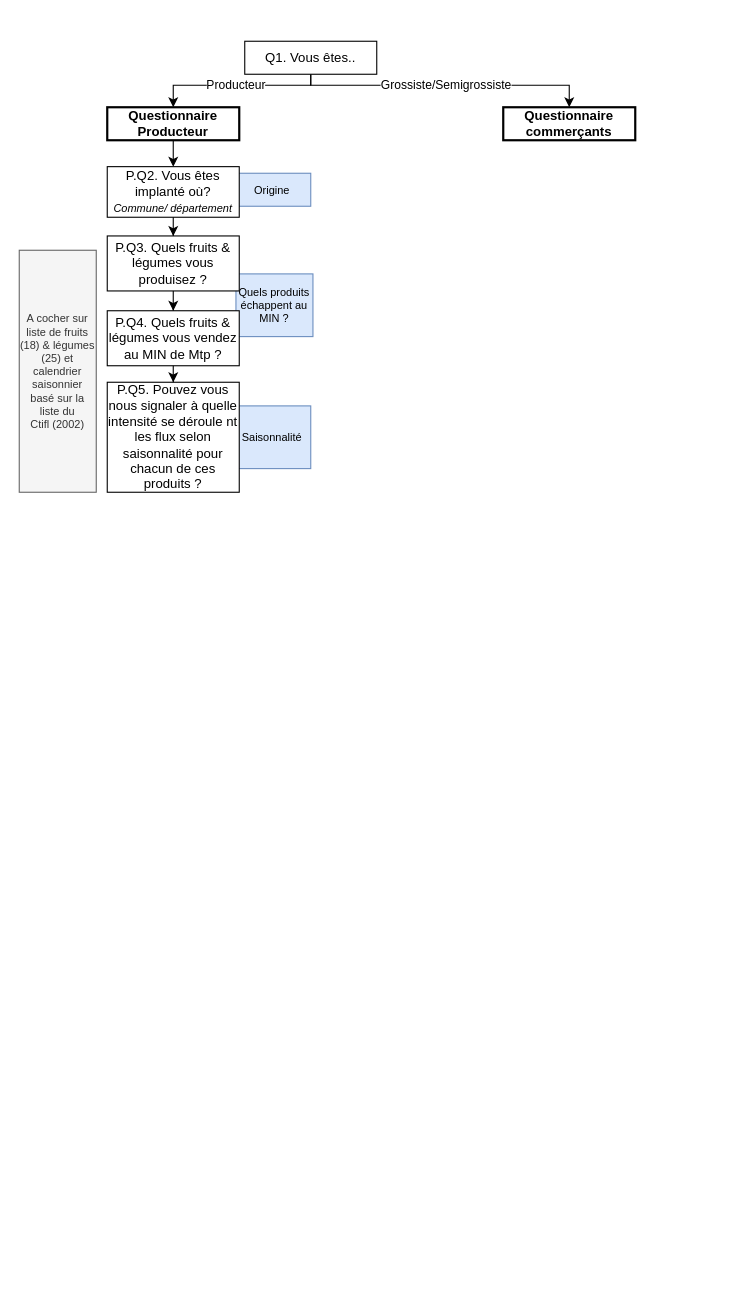
Above: Untitled Diagram.drawio in JoaquinAmeller/Test (draw.io), before the change. Source tidied: cells renumbered, new cells numbered last; positions are measured from the earlier drawing's top-left corner, leaving out a move shared by most shapes. Both pictures are drawn from the tidied source at 110%, with x=0, y=0 at pixel (19, 41).
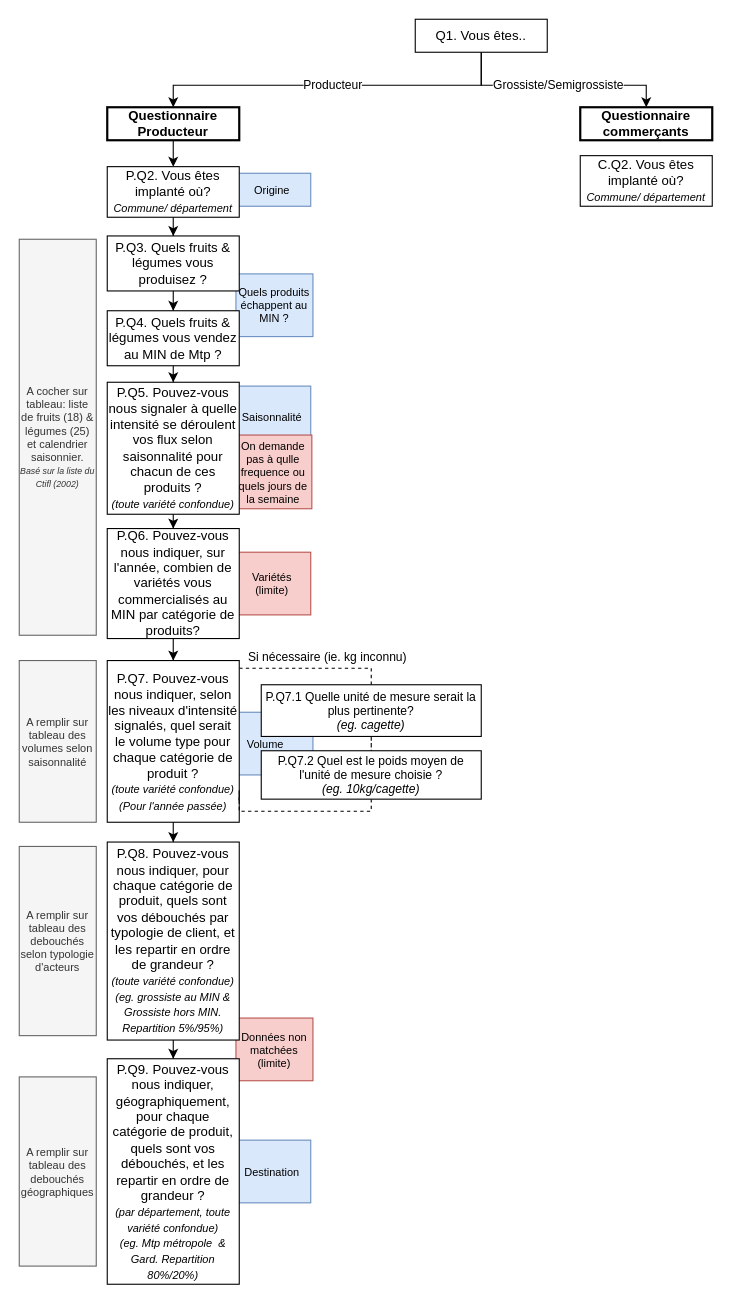
Above is the later version.

The change refers to these unchanged cells:
```xml
<mxCell id="9" value="Questionnaire Producteur" style="rounded=0;whiteSpace=wrap;html=1;strokeWidth=2;fontStyle=1;" parent="1" vertex="1">
  <mxGeometry x="80" y="60" width="120" height="30" as="geometry" />
</mxCell>
```

Change to the diagram source:
```diff
@@
     <mxCell id="2" value="Saisonnalité" style="rounded=0;whiteSpace=wrap;html=1;rotation=0;fillColor=#dae8fc;strokeColor=#6c8ebf;fontSize=10;" parent="1" vertex="1">
-      <mxGeometry x="195" y="331.5" width="70" height="57" as="geometry" />
+      <mxGeometry x="195" y="313.5" width="70" height="57" as="geometry" />
     </mxCell>
+    <mxCell id="19" value="On demande pas à qulle frequence ou quels jours de la semaine" style="rounded=0;whiteSpace=wrap;html=1;rotation=0;fillColor=#f8cecc;strokeColor=#b85450;fontSize=10;" parent="1" vertex="1">
+      <mxGeometry x="196" y="358" width="70" height="67" as="geometry" />
+    </mxCell>
+    <mxCell id="20" value="&amp;nbsp; &amp;nbsp;Volume" style="rounded=0;whiteSpace=wrap;html=1;rotation=0;fillColor=#dae8fc;strokeColor=#6c8ebf;fontSize=10;align=left;" parent="1" vertex="1">
+      <mxGeometry x="197" y="610" width="70" height="57" as="geometry" />
+    </mxCell>
+    <mxCell id="21" value="Données non matchées&lt;br&gt;(limite)" style="rounded=0;whiteSpace=wrap;html=1;rotation=0;fillColor=#f8cecc;strokeColor=#b85450;fontSize=10;" parent="1" vertex="1">
+      <mxGeometry x="197" y="888" width="70" height="57" as="geometry" />
+    </mxCell>
+    <mxCell id="22" value="Destination" style="rounded=0;whiteSpace=wrap;html=1;rotation=0;fillColor=#dae8fc;strokeColor=#6c8ebf;fontSize=10;" parent="1" vertex="1">
+      <mxGeometry x="195" y="999" width="70" height="57" as="geometry" />
+    </mxCell>
+    <mxCell id="23" value="Variétés&lt;br&gt;(limite)" style="rounded=0;whiteSpace=wrap;html=1;rotation=0;fillColor=#f8cecc;strokeColor=#b85450;fontSize=10;" parent="1" vertex="1">
+      <mxGeometry x="195" y="464.5" width="70" height="57" as="geometry" />
+    </mxCell>
@@
     <mxCell id="5" value="Producteur" style="edgeStyle=orthogonalEdgeStyle;rounded=0;jettySize=auto;html=1;entryX=0.5;entryY=0;entryDx=0;entryDy=0;" parent="1" edge="1" source="7" target="9">
       <mxGeometry relative="1" as="geometry">
         <Array as="points">
-          <mxPoint x="265" y="40" />
+          <mxPoint x="420" y="40" />
           <mxPoint x="140" y="40" />
         </Array>
       </mxGeometry>
     </mxCell>
     <mxCell id="6" value="Grossiste/Semigrossiste" style="edgeStyle=orthogonalEdgeStyle;rounded=0;jettySize=auto;html=1;" parent="1" edge="1" source="7" target="10">
       <mxGeometry relative="1" as="geometry">
         <Array as="points">
-          <mxPoint x="265" y="40" />
-          <mxPoint x="500" y="40" />
+          <mxPoint x="420" y="40" />
+          <mxPoint x="570" y="40" />
         </Array>
       </mxGeometry>
     </mxCell>
     <mxCell id="7" value="Q1. Vous êtes.." style="rounded=0;whiteSpace=wrap;html=1;" parent="1" vertex="1">
-      <mxGeometry x="205" width="120" height="30" as="geometry" />
+      <mxGeometry x="360" y="-20" width="120" height="30" as="geometry" />
     </mxCell>
@@
     <mxCell id="10" value="&lt;b&gt;Questionnaire commerçants&lt;/b&gt;" style="rounded=0;whiteSpace=wrap;html=1;strokeWidth=2;" parent="1" vertex="1">
-      <mxGeometry x="440" y="60" width="120" height="30" as="geometry" />
+      <mxGeometry x="510" y="60" width="120" height="30" as="geometry" />
     </mxCell>
@@
-    <mxCell id="17" value="&lt;font&gt;A cocher sur liste de fruits (18) &amp;amp; légumes (25) et calendrier saisonnier basé sur la liste du&lt;br&gt;Ctifl (2002)&lt;/font&gt;" style="rounded=0;whiteSpace=wrap;html=1;rotation=0;fillColor=#f5f5f5;fontColor=#333333;strokeColor=#666666;fontSize=10;" parent="1" vertex="1">
-      <mxGeometry y="190" width="70" height="220" as="geometry" />
+    <mxCell id="17" value="&lt;font&gt;A cocher sur tableau: liste de fruits (18) &amp;amp; légumes (25) et calendrier saisonnier. &lt;i&gt;&lt;font style=&quot;font-size: 8px;&quot;&gt;Basé sur la liste du&lt;br&gt;Ctifl (2002)&lt;/font&gt;&lt;/i&gt;&lt;/font&gt;" style="rounded=0;whiteSpace=wrap;html=1;rotation=0;fillColor=#f5f5f5;fontColor=#333333;strokeColor=#666666;fontSize=10;" parent="1" vertex="1">
+      <mxGeometry y="180" width="70" height="360" as="geometry" />
     </mxCell>
+    <mxCell id="24" style="edgeStyle=orthogonalEdgeStyle;rounded=0;jettySize=auto;html=1;" parent="1" edge="1" source="18" target="29">
+      <mxGeometry relative="1" as="geometry" />
+    </mxCell>
-    <mxCell id="18" value="P.Q5. Pouvez vous nous signaler à quelle intensité se déroule nt les flux selon saisonnalité pour chacun de ces produits ?" style="rounded=0;whiteSpace=wrap;html=1;" parent="1" vertex="1">
-      <mxGeometry x="80" y="310" width="120" height="100" as="geometry" />
+    <mxCell id="18" value="P.Q5. Pouvez-vous nous signaler à quelle intensité se déroulent vos flux selon saisonnalité pour chacun de ces produits ?&lt;br&gt;&lt;i&gt;&lt;font style=&quot;font-size: 10px;&quot;&gt;(toute variété confondue)&lt;/font&gt;&lt;/i&gt;" style="rounded=0;whiteSpace=wrap;html=1;" parent="1" vertex="1">
+      <mxGeometry x="80" y="310" width="120" height="120" as="geometry" />
     </mxCell>
+    <mxCell id="25" value="Si nécessaire (ie. kg inconnu)" style="edgeStyle=orthogonalEdgeStyle;rounded=0;jettySize=auto;html=1;entryX=0.5;entryY=0;entryDx=0;entryDy=0;dashed=1;endArrow=none;endFill=0;align=center;" parent="1" edge="1" source="27" target="31">
+      <mxGeometry x="0.19" y="10" relative="1" as="geometry">
+        <Array as="points">
+          <mxPoint x="320" y="570" />
+        </Array>
+      </mxGeometry>
+    </mxCell>
+    <mxCell id="26" style="edgeStyle=orthogonalEdgeStyle;rounded=0;jettySize=auto;html=1;entryX=0.5;entryY=0;entryDx=0;entryDy=0;" parent="1" edge="1" source="27" target="36">
+      <mxGeometry relative="1" as="geometry" />
+    </mxCell>
+    <mxCell id="27" value="P.Q7. Pouvez-vous nous indiquer, selon les niveaux d'intensité signalés, quel serait le volume type pour chaque catégorie de produit ?&lt;div&gt;&lt;i&gt;&lt;font style=&quot;font-size: 10px;&quot;&gt;(toute variété confondue)&lt;br&gt;(Pour l'année passée)&lt;/font&gt;&lt;/i&gt;&lt;/div&gt;" style="rounded=0;whiteSpace=wrap;html=1;" parent="1" vertex="1">
+      <mxGeometry x="80" y="563" width="120" height="147" as="geometry" />
+    </mxCell>
+    <mxCell id="28" style="edgeStyle=orthogonalEdgeStyle;rounded=0;jettySize=auto;html=1;entryX=0.5;entryY=0;entryDx=0;entryDy=0;" parent="1" edge="1" source="29" target="27">
+      <mxGeometry relative="1" as="geometry" />
+    </mxCell>
+    <mxCell id="29" value="P.Q6. Pouvez-vous nous indiquer, sur l'année, combien de variétés vous commercialisés au MIN par catégorie de produits?" style="rounded=0;whiteSpace=wrap;html=1;" parent="1" vertex="1">
+      <mxGeometry x="80" y="443" width="120" height="100" as="geometry" />
+    </mxCell>
+    <mxCell id="30" style="edgeStyle=orthogonalEdgeStyle;rounded=0;jettySize=auto;html=1;entryX=0.5;entryY=0;entryDx=0;entryDy=0;endArrow=none;endFill=0;dashed=1;" parent="1" edge="1" source="31" target="32">
+      <mxGeometry relative="1" as="geometry" />
+    </mxCell>
+    <mxCell id="31" value="P.Q7.1 Quelle unité de mesure serait la plus pertinente?&lt;div&gt;&lt;i&gt;&lt;font&gt;(eg. cagette)&lt;/font&gt;&lt;/i&gt;&lt;/div&gt;" style="rounded=0;whiteSpace=wrap;html=1;fontSize=11;" parent="1" vertex="1">
+      <mxGeometry x="220" y="585" width="200" height="47" as="geometry" />
+    </mxCell>
+    <mxCell id="32" value="P.Q7.2 Quel est le poids moyen de l'unité de mesure choisie ?&lt;div&gt;&lt;i&gt;&lt;font&gt;(eg. 10kg/cagette)&lt;/font&gt;&lt;/i&gt;&lt;/div&gt;" style="rounded=0;whiteSpace=wrap;html=1;fontSize=11;" parent="1" vertex="1">
+      <mxGeometry x="220" y="645" width="200" height="44" as="geometry" />
+    </mxCell>
+    <mxCell id="33" style="edgeStyle=orthogonalEdgeStyle;rounded=0;jettySize=auto;html=1;entryX=0.997;entryY=0.886;entryDx=0;entryDy=0;entryPerimeter=0;dashed=1;endArrow=none;endFill=0;" parent="1" edge="1" source="32" target="27">
+      <mxGeometry relative="1" as="geometry">
+        <Array as="points">
+          <mxPoint x="320" y="700" />
+          <mxPoint x="200" y="700" />
+          <mxPoint x="200" y="681" />
+          <mxPoint x="200" y="681" />
+        </Array>
+      </mxGeometry>
+    </mxCell>
+    <mxCell id="34" value="&lt;font&gt;A remplir sur tableau des volumes selon saisonnalité&lt;/font&gt;" style="rounded=0;whiteSpace=wrap;html=1;rotation=0;fillColor=#f5f5f5;fontColor=#333333;strokeColor=#666666;fontSize=10;" parent="1" vertex="1">
+      <mxGeometry y="563" width="70" height="147" as="geometry" />
+    </mxCell>
+    <mxCell id="35" style="edgeStyle=orthogonalEdgeStyle;rounded=0;jettySize=auto;html=1;entryX=0.5;entryY=0;entryDx=0;entryDy=0;" parent="1" edge="1" source="36" target="37">
+      <mxGeometry relative="1" as="geometry" />
+    </mxCell>
+    <mxCell id="36" value="P.Q8. Pouvez-vous nous indiquer, pour chaque catégorie de produit, quels sont vos débouchés par typologie de client, et les repartir en ordre de grandeur ?&lt;div&gt;&lt;i&gt;&lt;font style=&quot;font-size: 10px;&quot;&gt;(toute variété confondue)&lt;br&gt;(eg. grossiste au MIN &amp;amp; Grossiste hors MIN. Repartition 5%/95%)&lt;/font&gt;&lt;/i&gt;&lt;/div&gt;" style="rounded=0;whiteSpace=wrap;html=1;" parent="1" vertex="1">
+      <mxGeometry x="80" y="728" width="120" height="180" as="geometry" />
+    </mxCell>
+    <mxCell id="37" value="P.Q9. Pouvez-vous nous indiquer, géographiquement, pour chaque catégorie de produit, quels sont vos débouchés, et les repartir en ordre de grandeur ?&lt;div&gt;&lt;i&gt;&lt;font style=&quot;font-size: 10px;&quot;&gt;(par département, toute variété confondue)&lt;br&gt;(eg. Mtp métropole&amp;nbsp; &amp;amp; Gard. Repartition 80%/20%)&lt;/font&gt;&lt;/i&gt;&lt;/div&gt;" style="rounded=0;whiteSpace=wrap;html=1;" parent="1" vertex="1">
+      <mxGeometry x="80" y="925" width="120" height="205" as="geometry" />
+    </mxCell>
+    <mxCell id="38" value="&lt;font&gt;A remplir sur tableau des debouchés selon typologie d'acteurs&lt;/font&gt;" style="rounded=0;whiteSpace=wrap;html=1;rotation=0;fillColor=#f5f5f5;fontColor=#333333;strokeColor=#666666;fontSize=10;" parent="1" vertex="1">
+      <mxGeometry y="732" width="70" height="172" as="geometry" />
+    </mxCell>
+    <mxCell id="39" value="&lt;font&gt;A remplir sur tableau des debouchés géographiques&lt;/font&gt;" style="rounded=0;whiteSpace=wrap;html=1;rotation=0;fillColor=#f5f5f5;fontColor=#333333;strokeColor=#666666;fontSize=10;" parent="1" vertex="1">
+      <mxGeometry y="941.5" width="70" height="172" as="geometry" />
+    </mxCell>
+    <mxCell id="40" value="C.Q2. Vous êtes implanté où?&lt;br&gt;&lt;i&gt;&lt;font style=&quot;font-size: 10px;&quot;&gt;Commune/ département&lt;/font&gt;&lt;/i&gt;" style="rounded=0;whiteSpace=wrap;html=1;" parent="1" vertex="1">
+      <mxGeometry x="510" y="104" width="120" height="46" as="geometry" />
+    </mxCell>
```
